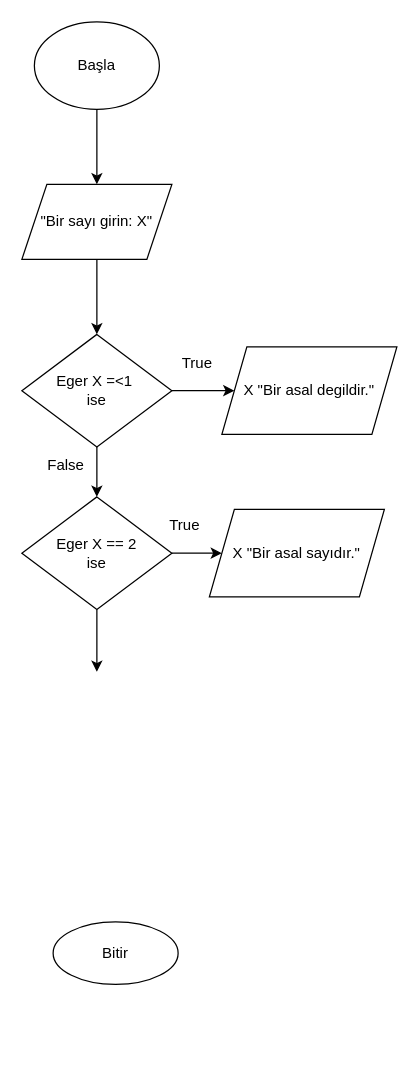
Earlier version of the draw.io diagram primenumber.drawio (susukin0/algorithms101). Source tidied: cells renumbered, new cells numbered last; positions are measured from the earlier drawing's top-left corner, leaving out a move shared by most shapes. Both pictures are drawn from the tidied source at 125%, with x=0, y=0 at pixel (21, 21).
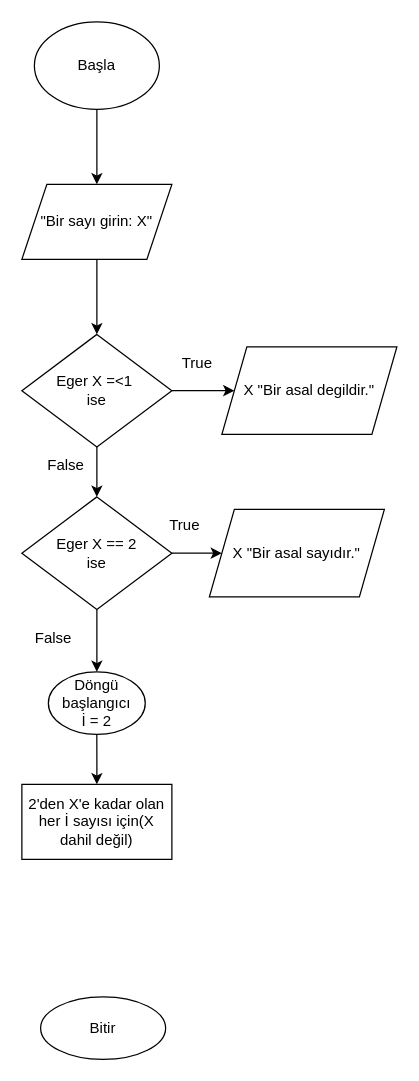
The same page after the edit.

Diff of the diagram source:
```diff
@@
     <mxCell id="11" value="Bitir" style="ellipse;whiteSpace=wrap;html=1;" parent="1" vertex="1">
-      <mxGeometry x="25" y="720" width="100" height="50" as="geometry" />
+      <mxGeometry x="15" y="780" width="100" height="50" as="geometry" />
     </mxCell>
@@
+    <mxCell id="18" value="False" style="text;html=1;align=center;verticalAlign=middle;strokeColor=none;fillColor=none;" parent="1" vertex="1">
+      <mxGeometry y="478" width="50" height="30" as="geometry" />
+    </mxCell>
+    <mxCell id="19" style="edgeStyle=orthogonalEdgeStyle;rounded=0;jettySize=auto;html=1;" parent="1" edge="1" source="20">
+      <mxGeometry relative="1" as="geometry">
+        <mxPoint x="60" y="610" as="targetPoint" />
+      </mxGeometry>
+    </mxCell>
+    <mxCell id="20" value="&lt;div&gt;Döngü başlangıcı&lt;br&gt;&lt;/div&gt;&lt;div&gt;İ = 2&lt;/div&gt;" style="ellipse;whiteSpace=wrap;html=1;" parent="1" vertex="1">
+      <mxGeometry x="21.2" y="520" width="77.5" height="50" as="geometry" />
+    </mxCell>
+    <mxCell id="21" value="2'den X'e kadar olan her İ sayısı için(X dahil değil)" style="rounded=0;whiteSpace=wrap;html=1;" parent="1" vertex="1">
+      <mxGeometry y="610" width="120" height="60" as="geometry" />
+    </mxCell>
```
